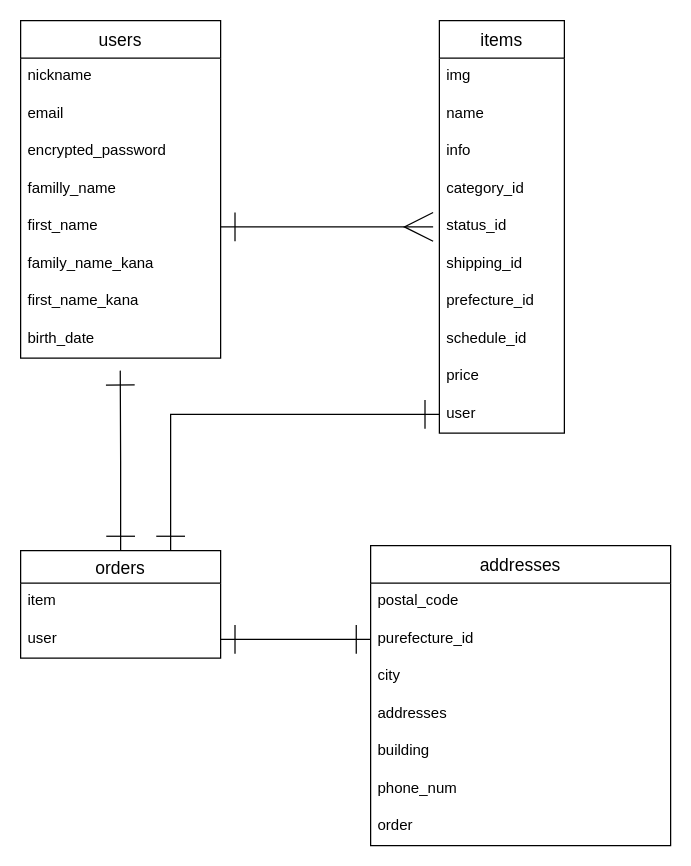
Above: er.dio in kenta-oga/furima-32976 (draw.io), before the change. Source tidied: cells renumbered, new cells numbered last; positions are measured from the earlier drawing's top-left corner, leaving out a move shared by most shapes. Both pictures are drawn from the tidied source at 125%, with x=0, y=0 at pixel (20, 20).
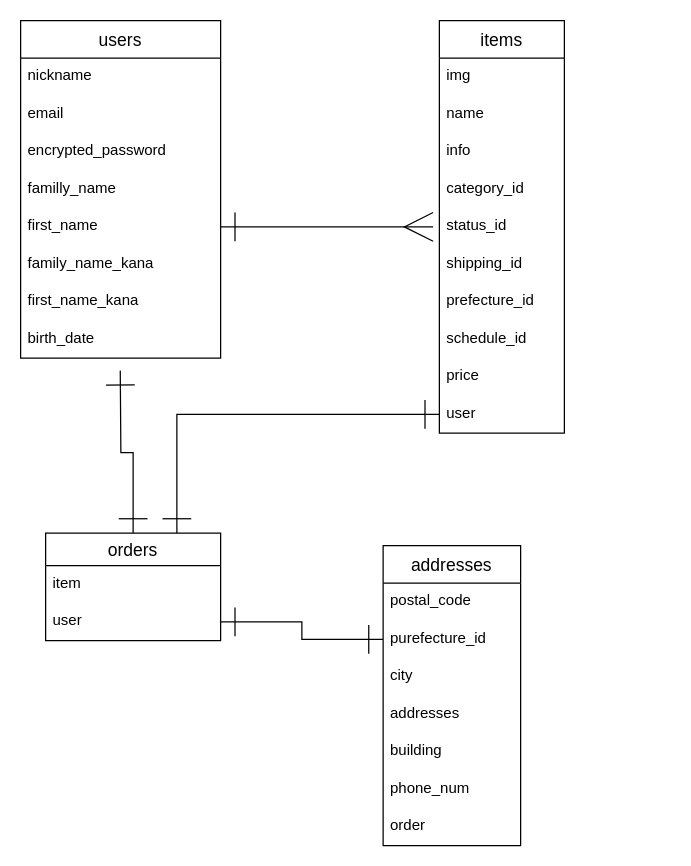
The same page after the edit.

Diff of the diagram source:
```diff
@@
     <mxCell id="23" value="addresses" style="swimlane;fontStyle=0;horizontal=1;startSize=30;align=center;fontSize=14;" parent="1" vertex="1">
-      <mxGeometry x="280" y="420" width="240" height="240" as="geometry" />
+      <mxGeometry x="290" y="420" width="110" height="240" as="geometry" />
     </mxCell>
     <mxCell id="24" value="postal_code" style="text;strokeColor=none;fillColor=none;spacingLeft=4;spacingRight=4;overflow=hidden;fontSize=12;" parent="23" vertex="1">
-      <mxGeometry y="30" width="240" height="30" as="geometry" />
+      <mxGeometry y="30" width="110" height="30" as="geometry" />
     </mxCell>
     <mxCell id="25" value="purefecture_id" style="text;strokeColor=none;fillColor=none;spacingLeft=4;spacingRight=4;overflow=hidden;points=[[0,0.5],[1,0.5]];portConstraint=eastwest;fontSize=12;" parent="23" vertex="1">
-      <mxGeometry y="60" width="240" height="30" as="geometry" />
+      <mxGeometry y="60" width="110" height="30" as="geometry" />
     </mxCell>
     <mxCell id="26" value="city" style="text;strokeColor=none;fillColor=none;spacingLeft=4;spacingRight=4;overflow=hidden;points=[[0,0.5],[1,0.5]];portConstraint=eastwest;fontSize=12;" parent="23" vertex="1">
-      <mxGeometry y="90" width="240" height="30" as="geometry" />
+      <mxGeometry y="90" width="110" height="30" as="geometry" />
     </mxCell>
     <mxCell id="27" value="addresses" style="text;strokeColor=none;fillColor=none;spacingLeft=4;spacingRight=4;overflow=hidden;points=[[0,0.5],[1,0.5]];portConstraint=eastwest;fontSize=12;" parent="23" vertex="1">
-      <mxGeometry y="120" width="240" height="30" as="geometry" />
+      <mxGeometry y="120" width="110" height="30" as="geometry" />
     </mxCell>
     <mxCell id="28" value="building" style="text;strokeColor=none;fillColor=none;spacingLeft=4;spacingRight=4;overflow=hidden;fontSize=12;" parent="23" vertex="1">
-      <mxGeometry y="150" width="240" height="30" as="geometry" />
+      <mxGeometry y="150" width="110" height="30" as="geometry" />
     </mxCell>
     <mxCell id="29" value="phone_num" style="text;strokeColor=none;fillColor=none;spacingLeft=4;spacingRight=4;overflow=hidden;fontSize=12;" parent="23" vertex="1">
-      <mxGeometry y="180" width="240" height="30" as="geometry" />
+      <mxGeometry y="180" width="110" height="30" as="geometry" />
     </mxCell>
     <mxCell id="30" value="order" style="text;strokeColor=none;fillColor=none;spacingLeft=4;spacingRight=4;overflow=hidden;fontSize=12;" parent="23" vertex="1">
-      <mxGeometry y="210" width="240" height="30" as="geometry" />
+      <mxGeometry y="210" width="110" height="30" as="geometry" />
     </mxCell>
+    <mxCell id="37" style="edgeStyle=orthogonalEdgeStyle;rounded=0;orthogonalLoop=1;jettySize=auto;html=1;exitX=1;exitY=0.5;exitDx=0;exitDy=0;" parent="23" edge="1" source="27" target="27">
+      <mxGeometry relative="1" as="geometry" />
+    </mxCell>
+    <mxCell id="38" style="edgeStyle=orthogonalEdgeStyle;rounded=0;orthogonalLoop=1;jettySize=auto;html=1;exitX=1;exitY=0.5;exitDx=0;exitDy=0;" parent="23" edge="1" source="26" target="26">
+      <mxGeometry relative="1" as="geometry" />
+    </mxCell>
+    <mxCell id="39" style="edgeStyle=orthogonalEdgeStyle;rounded=0;orthogonalLoop=1;jettySize=auto;html=1;exitX=1;exitY=0.5;exitDx=0;exitDy=0;" parent="23" edge="1" source="25" target="25">
+      <mxGeometry relative="1" as="geometry" />
+    </mxCell>
@@
     <mxCell id="33" value="orders" style="swimlane;fontStyle=0;horizontal=1;startSize=26;align=center;fontSize=14;" parent="1" vertex="1">
-      <mxGeometry y="424" width="160" height="86" as="geometry" />
+      <mxGeometry x="20" y="410" width="140" height="86" as="geometry" />
     </mxCell>
     <mxCell id="34" value="item" style="text;strokeColor=none;fillColor=none;spacingLeft=4;spacingRight=4;overflow=hidden;fontSize=12;" parent="33" vertex="1">
-      <mxGeometry y="26" width="160" height="30" as="geometry" />
+      <mxGeometry y="26" width="140" height="30" as="geometry" />
     </mxCell>
     <mxCell id="35" value="user" style="text;strokeColor=none;fillColor=none;spacingLeft=4;spacingRight=4;overflow=hidden;points=[[0,0.5],[1,0.5]];portConstraint=eastwest;fontSize=12;" parent="33" vertex="1">
-      <mxGeometry y="56" width="160" height="30" as="geometry" />
+      <mxGeometry y="56" width="140" height="30" as="geometry" />
     </mxCell>
```
